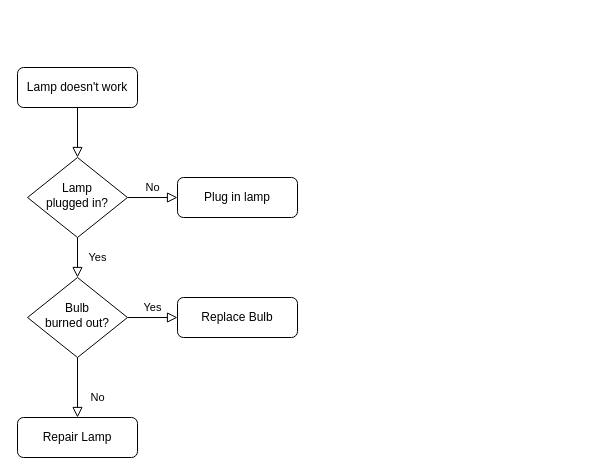
Before: Diagrama sem nome.drawio in micheltiago/docs-arq-ref-t01, a draw.io diagram. Source tidied: cells renumbered, new cells numbered last; positions are measured from the earlier drawing's top-left corner, leaving out a move shared by most shapes. Both pictures are drawn from the tidied source at 100%, with x=0, y=0 at pixel (17, 67).
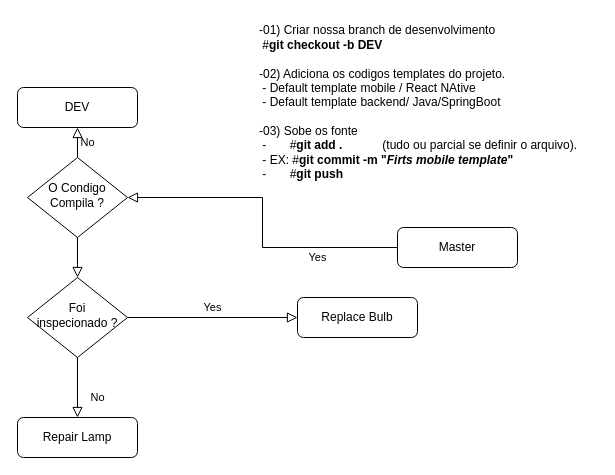
Above is the later version.

The edit, as a diff of the source:
```diff
@@
 <mxGraphModel>
   <root>
     <mxCell id="0" />
     <mxCell id="1" parent="0" />
     <mxCell id="2" style="rounded=0;html=1;jettySize=auto;fontSize=11;endArrow=block;endFill=0;endSize=8;strokeWidth=1;shadow=0;labelBackgroundColor=none;edgeStyle=orthogonalEdgeStyle;" parent="1" edge="1" source="3" target="6">
       <mxGeometry relative="1" as="geometry" />
     </mxCell>
-    <mxCell id="3" value="Lamp doesn't work" style="rounded=1;whiteSpace=wrap;html=1;fontSize=12;glass=0;strokeWidth=1;shadow=0;" parent="1" vertex="1">
-      <mxGeometry width="120" height="40" as="geometry" />
+    <mxCell id="3" value="Master" style="rounded=1;whiteSpace=wrap;html=1;fontSize=12;glass=0;strokeWidth=1;shadow=0;" parent="1" vertex="1">
+      <mxGeometry x="380" y="160" width="120" height="40" as="geometry" />
     </mxCell>
     <mxCell id="4" value="Yes" style="rounded=0;html=1;jettySize=auto;fontSize=11;endArrow=block;endFill=0;endSize=8;strokeWidth=1;shadow=0;labelBackgroundColor=none;edgeStyle=orthogonalEdgeStyle;" parent="1" edge="1" source="6" target="10">
-      <mxGeometry y="20" relative="1" as="geometry" />
+      <mxGeometry y="240" relative="1" as="geometry" />
     </mxCell>
     <mxCell id="5" value="No" style="edgeStyle=orthogonalEdgeStyle;rounded=0;html=1;jettySize=auto;fontSize=11;endArrow=block;endFill=0;endSize=8;strokeWidth=1;shadow=0;labelBackgroundColor=none;" parent="1" edge="1" source="6" target="7">
       <mxGeometry y="10" relative="1" as="geometry" />
     </mxCell>
-    <mxCell id="6" value="Lamp&lt;br&gt;plugged in?" style="rhombus;whiteSpace=wrap;html=1;shadow=0;fontFamily=Helvetica;fontSize=12;align=center;strokeWidth=1;spacing=6;spacingTop=-4;" parent="1" vertex="1">
+    <mxCell id="6" value="O Condigo Compila ?" style="rhombus;whiteSpace=wrap;html=1;shadow=0;fontFamily=Helvetica;fontSize=12;align=center;strokeWidth=1;spacing=6;spacingTop=-4;" parent="1" vertex="1">
       <mxGeometry x="10" y="90" width="100" height="80" as="geometry" />
     </mxCell>
-    <mxCell id="7" value="Plug in lamp" style="rounded=1;whiteSpace=wrap;html=1;fontSize=12;glass=0;strokeWidth=1;shadow=0;" parent="1" vertex="1">
-      <mxGeometry x="160" y="110" width="120" height="40" as="geometry" />
+    <mxCell id="7" value="DEV" style="rounded=1;whiteSpace=wrap;html=1;fontSize=12;glass=0;strokeWidth=1;shadow=0;" parent="1" vertex="1">
+      <mxGeometry y="20" width="120" height="40" as="geometry" />
     </mxCell>
     <mxCell id="8" value="No" style="rounded=0;html=1;jettySize=auto;fontSize=11;endArrow=block;endFill=0;endSize=8;strokeWidth=1;shadow=0;labelBackgroundColor=none;edgeStyle=orthogonalEdgeStyle;" parent="1" edge="1" source="10" target="11">
       <mxGeometry x="0.33" y="20" relative="1" as="geometry" />
     </mxCell>
     <mxCell id="9" value="Yes" style="edgeStyle=orthogonalEdgeStyle;rounded=0;html=1;jettySize=auto;fontSize=11;endArrow=block;endFill=0;endSize=8;strokeWidth=1;shadow=0;labelBackgroundColor=none;" parent="1" edge="1" source="10" target="12">
       <mxGeometry y="10" relative="1" as="geometry" />
     </mxCell>
-    <mxCell id="10" value="Bulb&lt;br&gt;burned out?" style="rhombus;whiteSpace=wrap;html=1;shadow=0;fontFamily=Helvetica;fontSize=12;align=center;strokeWidth=1;spacing=6;spacingTop=-4;" parent="1" vertex="1">
+    <mxCell id="10" value="Foi inspecionado ?" style="rhombus;whiteSpace=wrap;html=1;shadow=0;fontFamily=Helvetica;fontSize=12;align=center;strokeWidth=1;spacing=6;spacingTop=-4;" parent="1" vertex="1">
       <mxGeometry x="10" y="210" width="100" height="80" as="geometry" />
     </mxCell>
     <mxCell id="11" value="Repair Lamp" style="rounded=1;whiteSpace=wrap;html=1;fontSize=12;glass=0;strokeWidth=1;shadow=0;" parent="1" vertex="1">
       <mxGeometry y="350" width="120" height="40" as="geometry" />
     </mxCell>
     <mxCell id="12" value="Replace Bulb" style="rounded=1;whiteSpace=wrap;html=1;fontSize=12;glass=0;strokeWidth=1;shadow=0;" parent="1" vertex="1">
-      <mxGeometry x="160" y="230" width="120" height="40" as="geometry" />
+      <mxGeometry x="280" y="230" width="120" height="40" as="geometry" />
     </mxCell>
+    <mxCell id="13" value="&lt;div align=&quot;left&quot;&gt;-01) Criar nossa branch de desenvolvimento &lt;br&gt;&amp;nbsp;#&lt;b&gt;git checkout -b DEV&lt;/b&gt;&lt;br&gt;&amp;nbsp;&lt;br&gt;-02) Adiciona os codigos templates do projeto.&lt;br&gt;&amp;nbsp;- Default template mobile / React NAtive&lt;br&gt;&amp;nbsp;- Default template backend/ Java/SpringBoot&lt;br&gt;&lt;br&gt;-03) Sobe os fonte &lt;br&gt;&amp;nbsp;-&amp;nbsp;&amp;nbsp;&amp;nbsp;&amp;nbsp;&amp;nbsp;&amp;nbsp; #&lt;b&gt;git add .&lt;/b&gt;&amp;nbsp;&amp;nbsp;&amp;nbsp;&amp;nbsp;&amp;nbsp;&amp;nbsp;&amp;nbsp;&amp;nbsp;&amp;nbsp;&amp;nbsp;&amp;nbsp; (tudo ou parcial se definir o arquivo).&lt;br&gt;&amp;nbsp;- EX: #&lt;b&gt;git commit -m &quot;&lt;i&gt;Firts mobile template&lt;/i&gt;&quot;&lt;/b&gt;&lt;br&gt;&amp;nbsp;-&amp;nbsp;&amp;nbsp;&amp;nbsp;&amp;nbsp;&amp;nbsp;&amp;nbsp; #&lt;b&gt;git push&lt;/b&gt;&lt;/div&gt;" style="text;html=1;align=left;verticalAlign=middle;fillColor=none;strokeColor=none;rounded=0;" parent="1" vertex="1">
+      <mxGeometry x="240" y="-50" width="340" height="170" as="geometry" />
+    </mxCell>
   </root>
 </mxGraphModel>
```
